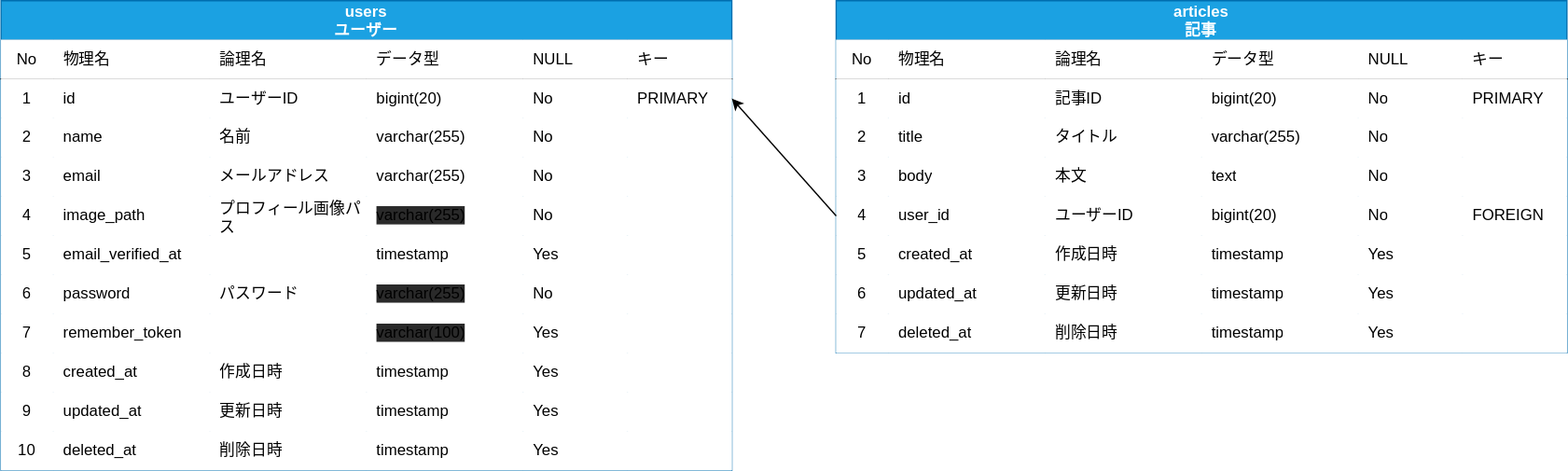
This is document/er.drawio.svg from Migisan/laravel-vue-project, a draw.io export, as it was before one commit. Source tidied: cells renumbered, new cells last; positions are measured from the earlier drawing's top-left corner, leaving out a move shared by most shapes.
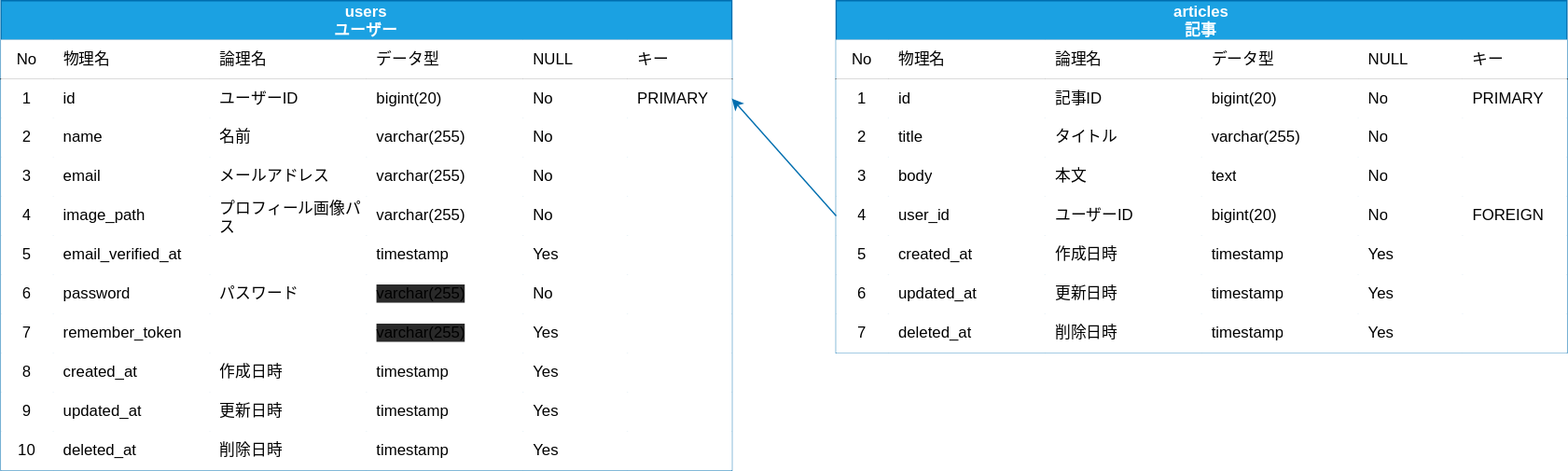
After the change.

Commit message:
再度色の変更

Diff of the diagram source:
```diff
@@ -101,7 +101,7 @@
     <mxCell id="34" value="プロフィール画像パス" style="shape=partialRectangle;html=1;whiteSpace=wrap;top=0;left=0;bottom=0;right=0;align=left;spacingLeft=6;overflow=hidden;" parent="31" vertex="1">
       <mxGeometry x="160" width="120" height="30" as="geometry" />
     </mxCell>
-    <mxCell id="35" value="&lt;meta charset=&quot;utf-8&quot;&gt;&lt;span style=&quot;font-family: helvetica; font-size: 12px; font-style: normal; font-weight: 400; letter-spacing: normal; text-align: left; text-indent: 0px; text-transform: none; word-spacing: 0px; background-color: rgb(42, 42, 42); display: inline; float: none;&quot;&gt;varchar(255)&lt;/span&gt;" style="shape=partialRectangle;html=1;whiteSpace=wrap;top=0;left=0;bottom=0;right=0;align=left;spacingLeft=6;overflow=hidden;" parent="31" vertex="1">
+    <mxCell id="35" value="&lt;font face=&quot;helvetica&quot;&gt;varchar(255)&lt;/font&gt;" style="shape=partialRectangle;html=1;whiteSpace=wrap;top=0;left=0;bottom=0;right=0;align=left;spacingLeft=6;overflow=hidden;" parent="31" vertex="1">
       <mxGeometry x="280" width="120" height="30" as="geometry" />
     </mxCell>
     <mxCell id="36" value="No" style="shape=partialRectangle;html=1;whiteSpace=wrap;top=0;left=0;bottom=0;right=0;align=left;spacingLeft=6;overflow=hidden;" parent="31" vertex="1">
@@ -164,7 +164,7 @@
     <mxCell id="55" style="shape=partialRectangle;html=1;whiteSpace=wrap;top=0;left=0;bottom=0;right=0;align=left;spacingLeft=6;overflow=hidden;" parent="52" vertex="1">
       <mxGeometry x="160" width="120" height="30" as="geometry" />
     </mxCell>
-    <mxCell id="56" value="&lt;span style=&quot;font-family: helvetica; font-size: 12px; font-style: normal; font-weight: 400; letter-spacing: normal; text-align: left; text-indent: 0px; text-transform: none; word-spacing: 0px; background-color: rgb(42, 42, 42); display: inline; float: none;&quot;&gt;varchar(100)&lt;/span&gt;" style="shape=partialRectangle;html=1;whiteSpace=wrap;top=0;left=0;bottom=0;right=0;align=left;spacingLeft=6;overflow=hidden;" parent="52" vertex="1">
+    <mxCell id="56" value="&lt;span style=&quot;font-family: &amp;#34;helvetica&amp;#34; ; font-size: 12px ; font-style: normal ; font-weight: 400 ; letter-spacing: normal ; text-align: left ; text-indent: 0px ; text-transform: none ; word-spacing: 0px ; background-color: rgb(42 , 42 , 42) ; display: inline ; float: none&quot;&gt;varchar(255)&lt;/span&gt;" style="shape=partialRectangle;html=1;whiteSpace=wrap;top=0;left=0;bottom=0;right=0;align=left;spacingLeft=6;overflow=hidden;" parent="52" vertex="1">
       <mxGeometry x="280" width="120" height="30" as="geometry" />
     </mxCell>
     <mxCell id="57" value="Yes" style="shape=partialRectangle;html=1;whiteSpace=wrap;top=0;left=0;bottom=0;right=0;align=left;spacingLeft=6;overflow=hidden;" parent="52" vertex="1">
@@ -407,7 +407,7 @@
     <mxCell id="136" style="shape=partialRectangle;html=1;whiteSpace=wrap;top=0;left=0;bottom=0;right=0;align=left;spacingLeft=6;overflow=hidden;" parent="130" vertex="1">
       <mxGeometry x="480" width="80" height="30" as="geometry" />
     </mxCell>
-    <mxCell id="137" style="html=1;exitX=0;exitY=0.5;exitDx=0;exitDy=0;entryX=1;entryY=0.5;entryDx=0;entryDy=0;fontColor=#FFFFFF;" parent="1" edge="1" source="109" target="10">
+    <mxCell id="137" style="html=1;exitX=0;exitY=0.5;exitDx=0;exitDy=0;entryX=1;entryY=0.5;entryDx=0;entryDy=0;fontColor=#FFFFFF;fillColor=#1ba1e2;strokeColor=#006EAF;" parent="1" edge="1" source="109" target="10">
       <mxGeometry relative="1" as="geometry" />
     </mxCell>
   </root>
```
